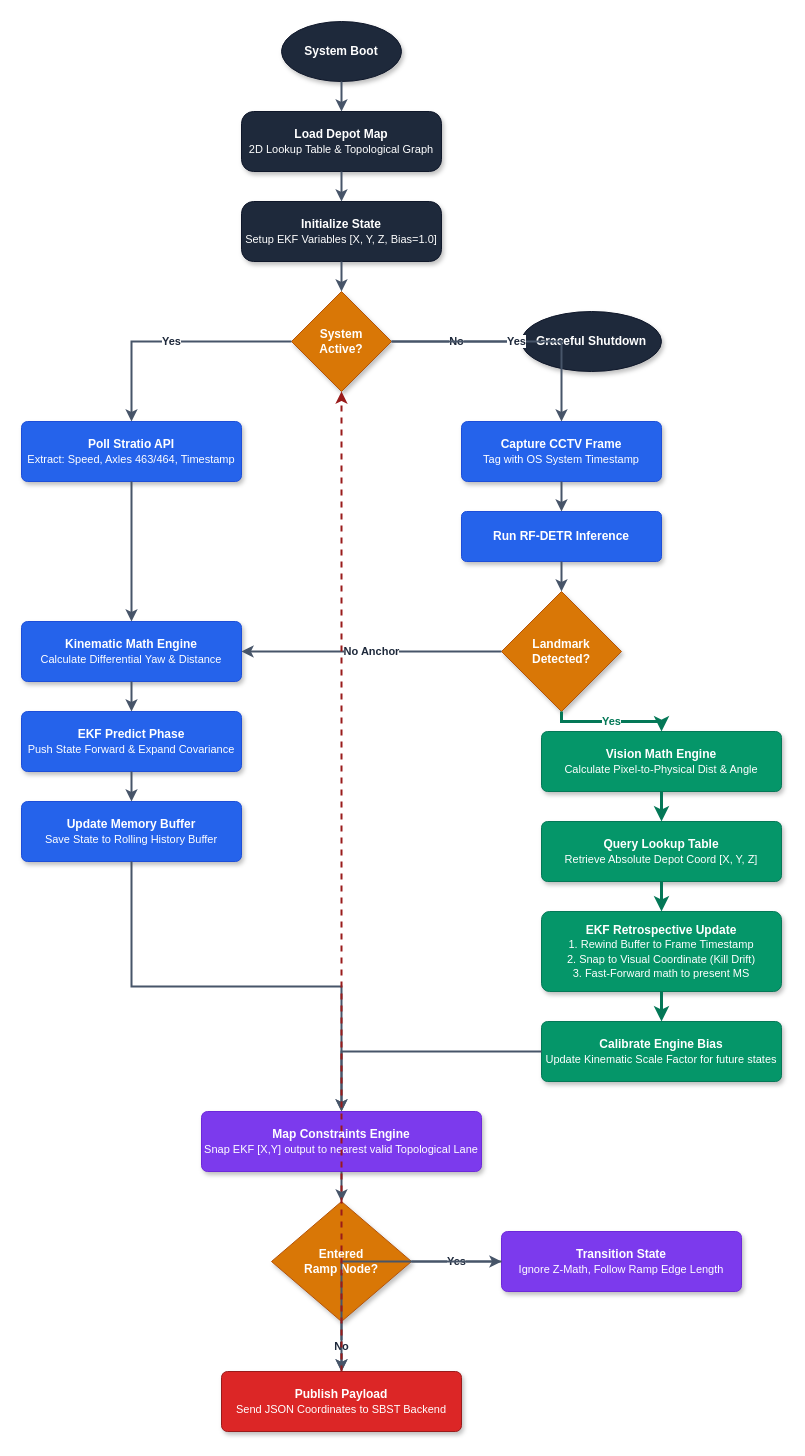
Before: FSM.drawio in Hughhh02/SBST-BusLocator, a draw.io diagram. Source tidied: cells renumbered, new cells numbered last; positions are measured from the earlier drawing's top-left corner, leaving out a move shared by most shapes. Both pictures are drawn from the tidied source at 100%, with x=0, y=0 at pixel (21, 21).
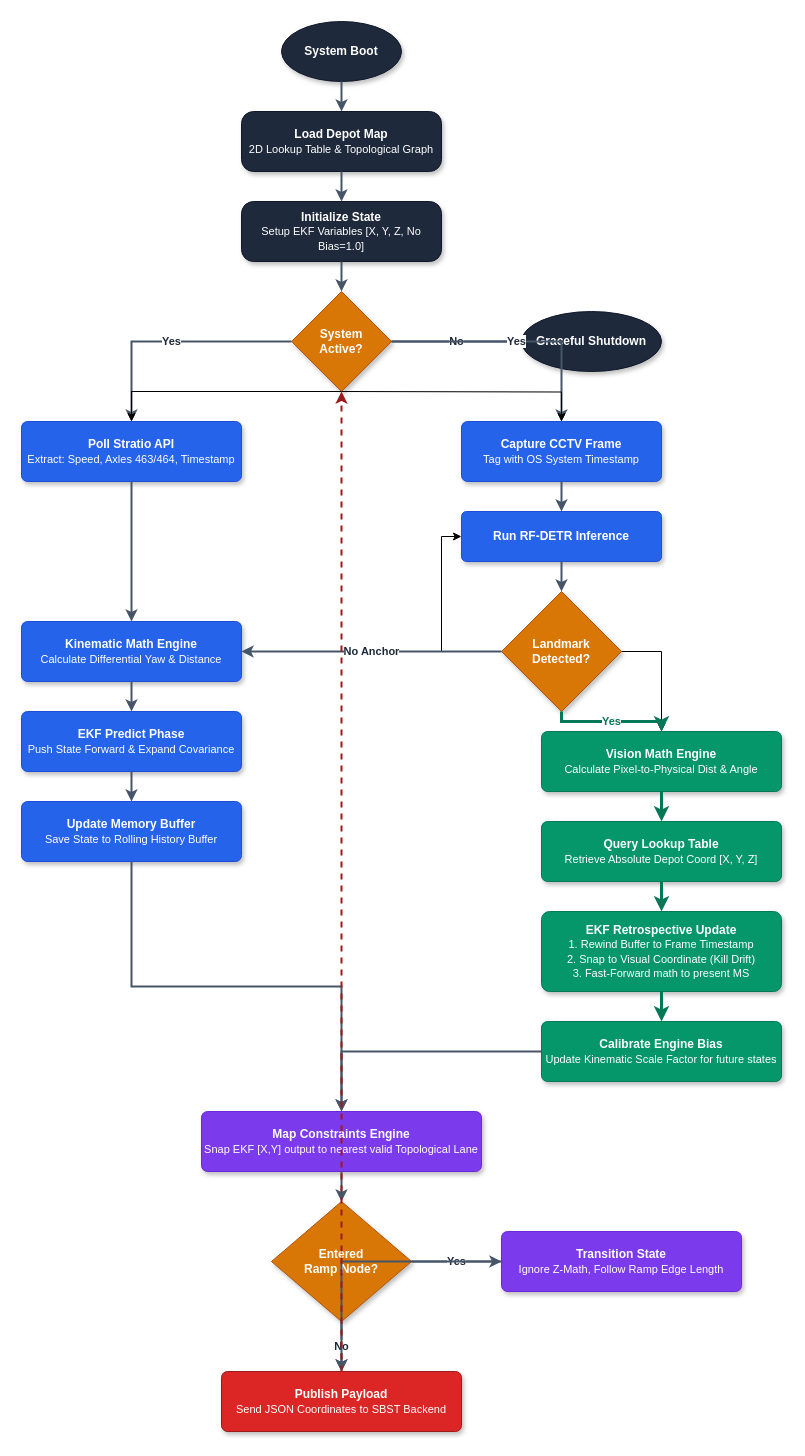
The same page after the edit.

The change refers to these unchanged cells:
```xml
<mxCell id="8" value="&lt;b&gt;Capture CCTV Frame&lt;/b&gt;&lt;br&gt;&lt;font style=&quot;font-size: 11px;&quot;&gt;Tag with OS System Timestamp&lt;/font&gt;" style="rounded=1;whiteSpace=wrap;html=1;fillColor=#2563EB;strokeColor=#1D4ED8;fontColor=#FFFFFF;shadow=1;arcSize=10;" parent="1" vertex="1">
  <mxGeometry x="440" y="400" width="200" height="60" as="geometry" />
</mxCell>
<mxCell id="9" value="&lt;b&gt;Run RF-DETR Inference&lt;/b&gt;" style="rounded=1;whiteSpace=wrap;html=1;fillColor=#2563EB;strokeColor=#1D4ED8;fontColor=#FFFFFF;shadow=1;arcSize=10;" parent="1" vertex="1">
  <mxGeometry x="440" y="490" width="200" height="50" as="geometry" />
</mxCell>
<mxCell id="10" value="&lt;b&gt;Landmark&lt;br&gt;Detected?&lt;/b&gt;" style="rhombus;whiteSpace=wrap;html=1;fillColor=#D97706;strokeColor=#B45309;fontColor=#FFFFFF;shadow=1;" parent="1" vertex="1">
  <mxGeometry x="480" y="570" width="120" height="120" as="geometry" />
</mxCell>
```

What changed in the source:
```diff
@@
-    <mxCell id="4" value="&lt;b&gt;Initialize State&lt;/b&gt;&lt;br&gt;&lt;font style=&quot;font-size: 11px;&quot;&gt;Setup EKF Variables [X, Y, Z, Bias=1.0]&lt;/font&gt;" style="rounded=1;whiteSpace=wrap;html=1;fillColor=#1E293B;strokeColor=#0F172A;fontColor=#FFFFFF;shadow=1;arcSize=20;" parent="1" vertex="1">
+    <mxCell id="4" value="&lt;b&gt;Initialize State&lt;/b&gt;&lt;br&gt;&lt;font style=&quot;font-size: 11px;&quot;&gt;Setup EKF Variables [X, Y, Z, No Bias=1.0]&lt;/font&gt;" style="rounded=1;whiteSpace=wrap;html=1;fillColor=#1E293B;strokeColor=#0F172A;fontColor=#FFFFFF;shadow=1;arcSize=20;" parent="1" vertex="1">
       <mxGeometry x="220" y="180" width="200" height="60" as="geometry" />
     </mxCell>
@@
+    <mxCell id="45" style="edgeStyle=orthogonalEdgeStyle;rounded=0;jettySize=auto;html=1;exitX=1;exitY=0.5;exitDx=0;exitDy=0;" parent="1" edge="1" source="10">
+      <mxGeometry relative="1" as="geometry">
+        <mxPoint x="640" y="710" as="targetPoint" />
+        <Array as="points">
+          <mxPoint x="640" y="630" />
+        </Array>
+      </mxGeometry>
+    </mxCell>
+    <mxCell id="46" style="edgeStyle=orthogonalEdgeStyle;rounded=0;jettySize=auto;html=1;entryX=0;entryY=0.5;entryDx=0;entryDy=0;" parent="1" edge="1" source="10" target="9">
+      <mxGeometry relative="1" as="geometry">
+        <Array as="points">
+          <mxPoint x="420" y="630" />
+          <mxPoint x="420" y="515" />
+        </Array>
+      </mxGeometry>
+    </mxCell>
@@
+    <mxCell id="47" style="endArrow=none;html=1;rounded=0;" parent="1" edge="1">
+      <mxGeometry relative="1" as="geometry">
+        <mxPoint x="320" y="370" as="sourcePoint" />
+        <mxPoint x="320" y="370" as="targetPoint" />
+      </mxGeometry>
+    </mxCell>
+    <mxCell id="48" style="endArrow=classic;html=1;rounded=0;edgeStyle=orthogonalEdgeStyle;entryX=0.5;entryY=0;entryDx=0;entryDy=0;" parent="1" edge="1">
+      <mxGeometry relative="1" as="geometry">
+        <mxPoint x="320" y="370" as="sourcePoint" />
+        <mxPoint x="110" y="400" as="targetPoint" />
+        <Array as="points">
+          <mxPoint x="320" y="370" />
+          <mxPoint x="110" y="370" />
+        </Array>
+      </mxGeometry>
+    </mxCell>
+    <mxCell id="49" style="endArrow=classic;html=1;rounded=0;edgeStyle=orthogonalEdgeStyle;entryX=0.5;entryY=0;entryDx=0;entryDy=0;" parent="1" edge="1" target="8">
+      <mxGeometry relative="1" as="geometry">
+        <mxPoint x="320" y="370" as="sourcePoint" />
+      </mxGeometry>
+    </mxCell>
```
